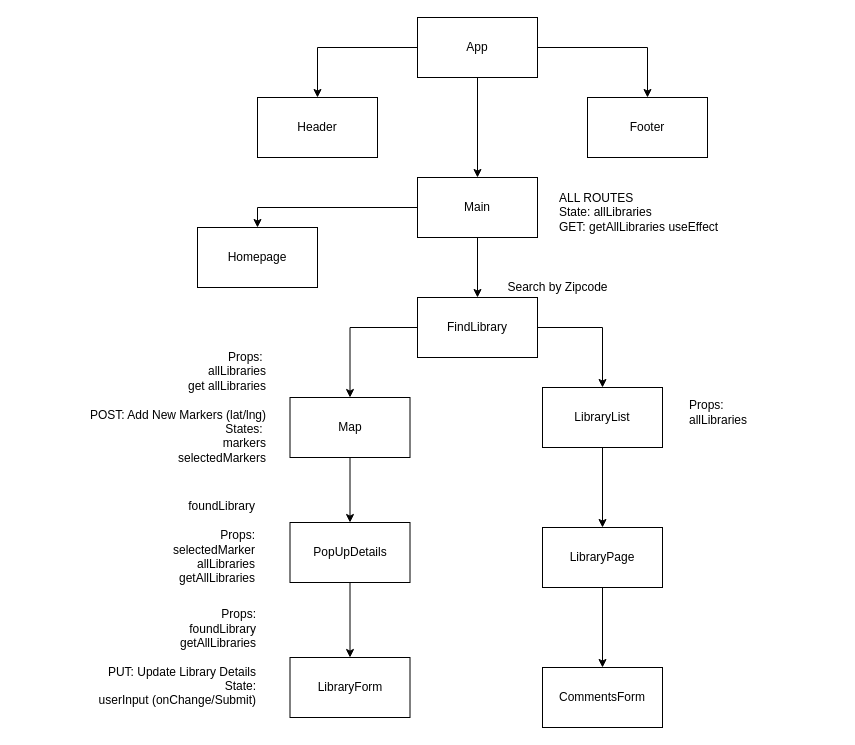
Before: planning/wireframes/LibreLibro Components.drawio in tashi-ono/libre_libro_client, a draw.io diagram. Source tidied: cells renumbered, new cells numbered last; positions are measured from the earlier drawing's top-left corner, leaving out a move shared by most shapes. Both pictures are drawn from the tidied source at 100%, with x=0, y=0 at pixel (77, 17).
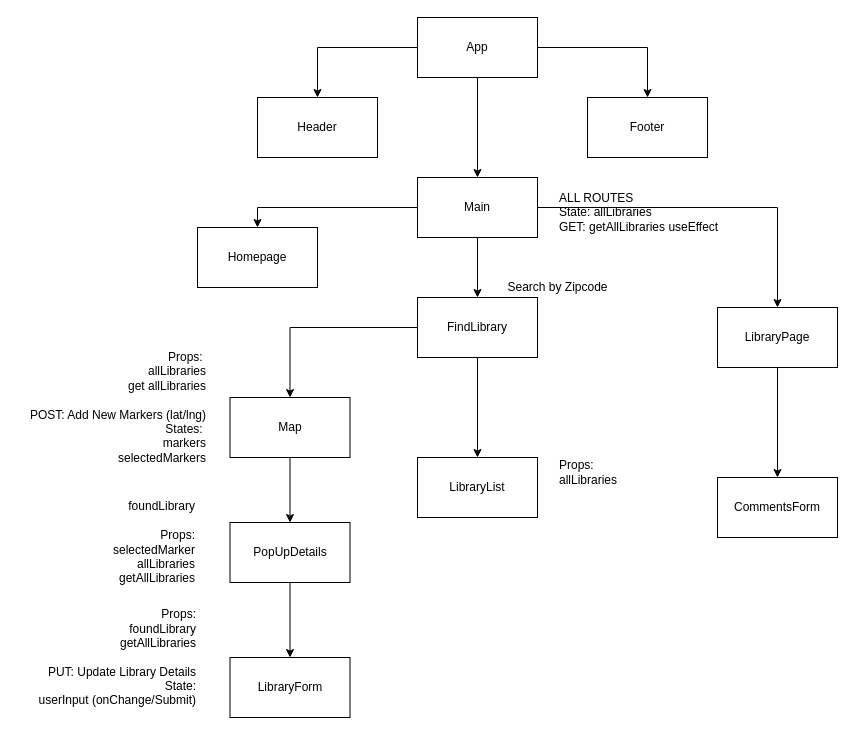
After the change.

Unchanged cells that the change refers to:
```xml
<mxCell id="10" value="Main" style="rounded=0;whiteSpace=wrap;html=1;" parent="1" vertex="1">
  <mxGeometry x="340" y="160" width="120" height="60" as="geometry" />
</mxCell>
<mxCell id="14" value="FindLibrary" style="rounded=0;whiteSpace=wrap;html=1;" parent="1" vertex="1">
  <mxGeometry x="340" y="280" width="120" height="60" as="geometry" />
</mxCell>
```

Diff of the diagram source:
```diff
@@
-    <mxCell id="12" style="edgeStyle=orthogonalEdgeStyle;rounded=0;jettySize=auto;html=1;exitX=1;exitY=0.5;exitDx=0;exitDy=0;" parent="1" edge="1" source="14" target="20">
+    <mxCell id="12" style="edgeStyle=orthogonalEdgeStyle;rounded=0;jettySize=auto;html=1;exitX=0.5;exitY=1;exitDx=0;exitDy=0;" parent="1" edge="1" source="14" target="20">
       <mxGeometry relative="1" as="geometry" />
     </mxCell>
@@
-    <mxCell id="17" style="edgeStyle=orthogonalEdgeStyle;rounded=0;jettySize=auto;html=1;exitX=0.5;exitY=1;exitDx=0;exitDy=0;" parent="1" edge="1" source="20" target="29">
+    <mxCell id="17" style="edgeStyle=orthogonalEdgeStyle;rounded=0;jettySize=auto;html=1;" parent="1" edge="1" source="10" target="29">
       <mxGeometry relative="1" as="geometry" />
     </mxCell>
     <mxCell id="18" value="PopUpDetails" style="rounded=0;whiteSpace=wrap;html=1;" parent="1" vertex="1">
-      <mxGeometry x="212.5" y="505" width="120" height="60" as="geometry" />
+      <mxGeometry x="152.5" y="505" width="120" height="60" as="geometry" />
     </mxCell>
@@
     <mxCell id="20" value="LibraryList" style="rounded=0;whiteSpace=wrap;html=1;" parent="1" vertex="1">
-      <mxGeometry x="465" y="370" width="120" height="60" as="geometry" />
+      <mxGeometry x="340" y="440" width="120" height="60" as="geometry" />
     </mxCell>
     <mxCell id="21" value="Map" style="rounded=0;whiteSpace=wrap;html=1;" parent="1" vertex="1">
-      <mxGeometry x="212.5" y="380" width="120" height="60" as="geometry" />
+      <mxGeometry x="152.5" y="380" width="120" height="60" as="geometry" />
     </mxCell>
     <mxCell id="22" value="foundLibrary&lt;br&gt;&lt;br&gt;Props:&lt;br&gt;selectedMarker&lt;br&gt;allLibraries&lt;br&gt;getAllLibraries" style="text;html=1;strokeColor=none;fillColor=none;align=right;verticalAlign=middle;whiteSpace=wrap;rounded=0;imageAlign=left;" parent="1" vertex="1">
-      <mxGeometry x="50" y="485" width="130" height="80" as="geometry" />
+      <mxGeometry x="-10" y="485" width="130" height="80" as="geometry" />
     </mxCell>
@@
     <mxCell id="24" value="Props:&amp;nbsp;&lt;br&gt;allLibraries&lt;br&gt;get allLibraries&lt;br&gt;&lt;br&gt;POST: Add New Markers (lat/lng)&lt;br&gt;States:&amp;nbsp;&lt;br&gt;markers&lt;br&gt;selectedMarkers" style="text;html=1;align=right;verticalAlign=middle;" parent="1" vertex="1">
-      <mxGeometry y="330" width="190" height="120" as="geometry" />
+      <mxGeometry x="-60" y="330" width="190" height="120" as="geometry" />
     </mxCell>
     <mxCell id="25" value="Props:&lt;br&gt;allLibraries" style="text;html=1;align=left;verticalAlign=middle;" parent="1" vertex="1">
-      <mxGeometry x="610" y="380" width="70" height="30" as="geometry" />
+      <mxGeometry x="480" y="440" width="70" height="30" as="geometry" />
     </mxCell>
     <mxCell id="26" value="LibraryForm" style="rounded=0;whiteSpace=wrap;html=1;" parent="1" vertex="1">
-      <mxGeometry x="212.5" y="640" width="120" height="60" as="geometry" />
+      <mxGeometry x="152.5" y="640" width="120" height="60" as="geometry" />
     </mxCell>
     <mxCell id="27" value="Props:&lt;br&gt;foundLibrary&lt;br&gt;getAllLibraries&lt;br&gt;&lt;br&gt;PUT: Update Library Details&lt;br&gt;State:&lt;br&gt;userInput (onChange/Submit)" style="text;html=1;align=right;verticalAlign=middle;" parent="1" vertex="1">
-      <mxGeometry x="10" y="590" width="170" height="100" as="geometry" />
+      <mxGeometry x="-50" y="590" width="170" height="100" as="geometry" />
     </mxCell>
@@
     <mxCell id="29" value="LibraryPage" style="rounded=0;whiteSpace=wrap;html=1;" parent="1" vertex="1">
-      <mxGeometry x="465" y="510" width="120" height="60" as="geometry" />
+      <mxGeometry x="640" y="290" width="120" height="60" as="geometry" />
     </mxCell>
     <mxCell id="30" value="CommentsForm" style="rounded=0;whiteSpace=wrap;html=1;" parent="1" vertex="1">
-      <mxGeometry x="465" y="650" width="120" height="60" as="geometry" />
+      <mxGeometry x="640" y="460" width="120" height="60" as="geometry" />
     </mxCell>
```
